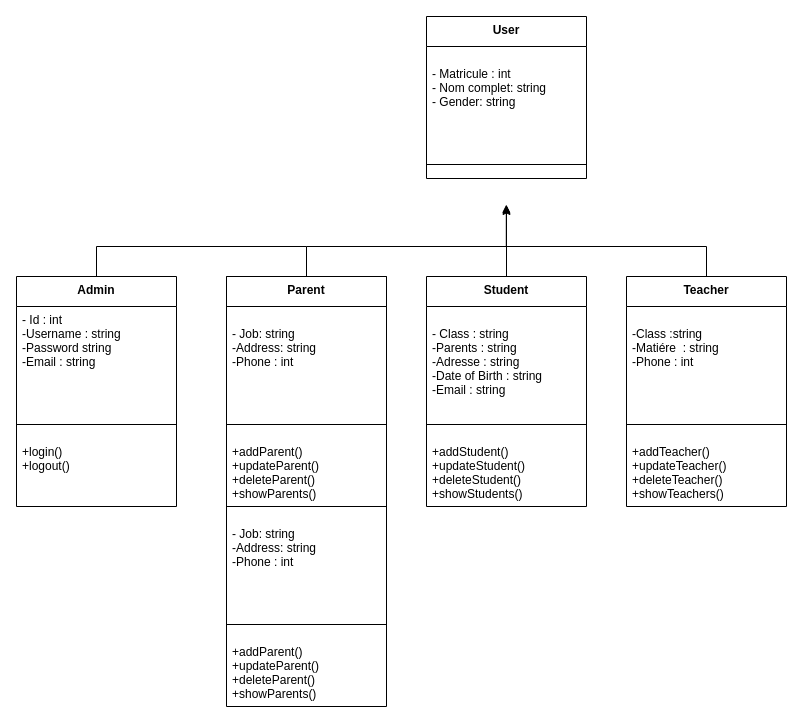
Earlier version of the draw.io diagram Conceptions/UML/ClassDiagram.drawio (JAMALEEY/Application-de-gestion-d-cole-BETA). Source tidied: cells renumbered, new cells numbered last; positions are measured from the earlier drawing's top-left corner, leaving out a move shared by most shapes. Both pictures are drawn from the tidied source at 100%, with x=0, y=0 at pixel (16, 16).
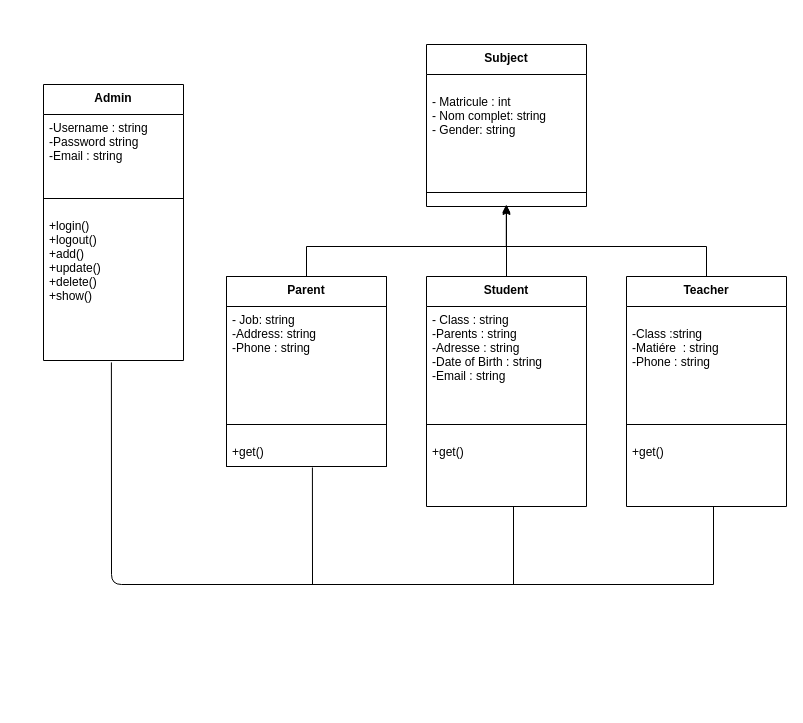
After the change.

Unchanged cells that the change refers to:
```xml
<mxCell id="6" value="Student" style="swimlane;fontStyle=1;align=center;verticalAlign=top;horizontal=1;startSize=30;" parent="1" vertex="1">
  <mxGeometry x="410" y="260" width="160" height="230" as="geometry" />
</mxCell>
<mxCell id="11" value="Teacher" style="swimlane;fontStyle=1;align=center;verticalAlign=top;horizontal=1;startSize=30;" parent="1" vertex="1">
  <mxGeometry x="610" y="260" width="160" height="230" as="geometry" />
</mxCell>
```

What changed in the source:
```diff
@@
-    <mxCell id="2" value="User" style="swimlane;fontStyle=1;align=center;verticalAlign=top;horizontal=1;startSize=30;" parent="1" vertex="1">
-      <mxGeometry x="410" width="160" height="162" as="geometry" />
+    <mxCell id="2" value="Subject" style="swimlane;fontStyle=1;align=center;verticalAlign=top;horizontal=1;startSize=30;" parent="1" vertex="1">
+      <mxGeometry x="410" y="28" width="160" height="162" as="geometry" />
     </mxCell>
@@
-    <mxCell id="7" value="&#10;- Class : string&#10;-Parents : string&#10;-Adresse : string&#10;-Date of Birth : string&#10;-Email : string&#10;" style="text;strokeColor=none;fillColor=none;align=left;verticalAlign=top;spacingLeft=4;spacingRight=4;overflow=hidden;" parent="6" vertex="1">
+    <mxCell id="7" value="- Class : string&#10;-Parents : string&#10;-Adresse : string&#10;-Date of Birth : string&#10;-Email : string&#10;" style="text;strokeColor=none;fillColor=none;align=left;verticalAlign=top;spacingLeft=4;spacingRight=4;overflow=hidden;" parent="6" vertex="1">
       <mxGeometry y="30" width="160" height="104" as="geometry" />
     </mxCell>
@@
-    <mxCell id="9" value="+addStudent()&#10;+updateStudent()&#10;+deleteStudent()&#10;+showStudents()" style="text;strokeColor=none;fillColor=none;align=left;verticalAlign=top;spacingLeft=4;spacingRight=4;overflow=hidden;" parent="6" vertex="1">
+    <mxCell id="9" value="+get()" style="text;strokeColor=none;fillColor=none;align=left;verticalAlign=top;spacingLeft=4;spacingRight=4;overflow=hidden;" parent="6" vertex="1">
       <mxGeometry y="162" width="160" height="68" as="geometry" />
     </mxCell>
@@
-    <mxCell id="12" value="&#10;-Class :string&#10;-Matiére  : string&#10;-Phone : int&#10;&#10;" style="text;strokeColor=none;fillColor=none;align=left;verticalAlign=top;spacingLeft=4;spacingRight=4;overflow=hidden;" parent="11" vertex="1">
+    <mxCell id="12" value="&#10;-Class :string&#10;-Matiére  : string&#10;-Phone : string&#10;&#10;" style="text;strokeColor=none;fillColor=none;align=left;verticalAlign=top;spacingLeft=4;spacingRight=4;overflow=hidden;" parent="11" vertex="1">
       <mxGeometry y="30" width="160" height="104" as="geometry" />
     </mxCell>
@@
-    <mxCell id="14" value="+addTeacher()&#10;+updateTeacher()&#10;+deleteTeacher()&#10;+showTeachers()" style="text;strokeColor=none;fillColor=none;align=left;verticalAlign=top;spacingLeft=4;spacingRight=4;overflow=hidden;" parent="11" vertex="1">
+    <mxCell id="14" value="+get()" style="text;strokeColor=none;fillColor=none;align=left;verticalAlign=top;spacingLeft=4;spacingRight=4;overflow=hidden;" parent="11" vertex="1">
       <mxGeometry y="162" width="160" height="68" as="geometry" />
     </mxCell>
@@
     <mxCell id="16" style="swimlane;fontStyle=1;align=center;verticalAlign=top;horizontal=1;startSize=0;" parent="1" vertex="1">
-      <mxGeometry x="210" y="260" width="160" height="430" as="geometry" />
+      <mxGeometry x="210" y="260" width="160" height="190" as="geometry" />
     </mxCell>
     <mxCell id="17" value="Parent" style="swimlane;fontStyle=1;align=center;verticalAlign=top;horizontal=1;startSize=30;" parent="16" vertex="1">
-      <mxGeometry width="160" height="230" as="geometry" />
+      <mxGeometry width="160" height="190" as="geometry" />
     </mxCell>
-    <mxCell id="18" value="&#10;- Job: string&#10;-Address: string&#10;-Phone : int&#10;" style="text;strokeColor=none;fillColor=none;align=left;verticalAlign=top;spacingLeft=4;spacingRight=4;overflow=hidden;" parent="17" vertex="1">
+    <mxCell id="18" value="- Job: string&#10;-Address: string&#10;-Phone : string&#10;" style="text;strokeColor=none;fillColor=none;align=left;verticalAlign=top;spacingLeft=4;spacingRight=4;overflow=hidden;" parent="17" vertex="1">
       <mxGeometry y="30" width="160" height="104" as="geometry" />
     </mxCell>
@@
-    <mxCell id="20" value="+addParent()&#10;+updateParent()&#10;+deleteParent()&#10;+showParents()" style="text;strokeColor=none;fillColor=none;align=left;verticalAlign=top;spacingLeft=4;spacingRight=4;overflow=hidden;points=[[0,0.5],[1,0.5]];portConstraint=eastwest;" parent="17" vertex="1">
-      <mxGeometry y="162" width="160" height="68" as="geometry" />
+    <mxCell id="20" value="+get()" style="text;strokeColor=none;fillColor=none;align=left;verticalAlign=top;spacingLeft=4;spacingRight=4;overflow=hidden;points=[[0,0.5],[1,0.5]];portConstraint=eastwest;" parent="17" vertex="1">
+      <mxGeometry y="162" width="160" height="28" as="geometry" />
     </mxCell>
-    <mxCell id="21" value="&#10;- Job: string&#10;-Address: string&#10;-Phone : int&#10;" style="text;strokeColor=none;fillColor=none;align=left;verticalAlign=top;spacingLeft=4;spacingRight=4;overflow=hidden;" parent="16" vertex="1">
-      <mxGeometry y="230" width="160" height="104" as="geometry" />
-    </mxCell>
-    <mxCell id="22" style="line;strokeWidth=1;fillColor=none;align=left;verticalAlign=middle;spacingTop=-1;spacingLeft=3;spacingRight=3;labelPosition=right;" parent="16" vertex="1">
-      <mxGeometry y="334" width="160" height="28" as="geometry" />
-    </mxCell>
-    <mxCell id="23" value="+addParent()&#10;+updateParent()&#10;+deleteParent()&#10;+showParents()" style="text;strokeColor=none;fillColor=none;align=left;verticalAlign=top;spacingLeft=4;spacingRight=4;overflow=hidden;" parent="16" vertex="1">
-      <mxGeometry y="362" width="160" height="68" as="geometry" />
-    </mxCell>
-    <mxCell id="24" style="edgeStyle=orthogonalEdgeStyle;rounded=0;jettySize=auto;html=1;exitX=0.5;exitY=0;exitDx=0;exitDy=0;endArrow=none;endFill=0;" parent="1" edge="1" source="25">
-      <mxGeometry relative="1" as="geometry">
-        <mxPoint x="290" y="230" as="targetPoint" />
-        <Array as="points">
-          <mxPoint x="80" y="230" />
-        </Array>
-      </mxGeometry>
-    </mxCell>
     <mxCell id="25" value="Admin" style="swimlane;fontStyle=1;align=center;verticalAlign=top;horizontal=1;startSize=30;" parent="1" vertex="1">
-      <mxGeometry y="260" width="160" height="230" as="geometry" />
+      <mxGeometry x="27" y="68" width="140" height="276" as="geometry" />
     </mxCell>
-    <mxCell id="26" value="- Id : int&#10;-Username : string&#10;-Password string&#10;-Email : string" style="text;strokeColor=none;fillColor=none;align=left;verticalAlign=top;spacingLeft=4;spacingRight=4;overflow=hidden;" parent="25" vertex="1">
-      <mxGeometry y="30" width="160" height="104" as="geometry" />
+    <mxCell id="26" value="-Username : string&#10;-Password string&#10;-Email : string" style="text;strokeColor=none;fillColor=none;align=left;verticalAlign=top;spacingLeft=4;spacingRight=4;overflow=hidden;" parent="25" vertex="1">
+      <mxGeometry y="30" width="140" height="70" as="geometry" />
     </mxCell>
     <mxCell id="27" style="line;strokeWidth=1;fillColor=none;align=left;verticalAlign=middle;spacingTop=-1;spacingLeft=3;spacingRight=3;labelPosition=right;" parent="25" vertex="1">
-      <mxGeometry y="134" width="160" height="28" as="geometry" />
+      <mxGeometry y="100" width="140" height="28" as="geometry" />
     </mxCell>
-    <mxCell id="28" value="+login()&#10;+logout()" style="text;strokeColor=none;fillColor=none;align=left;verticalAlign=top;spacingLeft=4;spacingRight=4;overflow=hidden;points=[[0,0.5],[1,0.5]];portConstraint=eastwest;" parent="25" vertex="1">
-      <mxGeometry y="162" width="160" height="68" as="geometry" />
+    <mxCell id="28" value="+login()&#10;+logout()&#10;+add()&#10;+update()&#10;+delete()&#10;+show()" style="text;strokeColor=none;fillColor=none;align=left;verticalAlign=top;spacingLeft=4;spacingRight=4;overflow=hidden;points=[[0,0.5],[1,0.5]];portConstraint=eastwest;" parent="25" vertex="1">
+      <mxGeometry y="128" width="140" height="148" as="geometry" />
     </mxCell>
+    <mxCell id="29" style="endArrow=none;html=1;exitX=0.485;exitY=1.013;exitDx=0;exitDy=0;exitPerimeter=0;" parent="1" edge="1" source="28">
+      <mxGeometry relative="1" as="geometry">
+        <mxPoint x="697" y="568" as="targetPoint" />
+        <Array as="points">
+          <mxPoint x="95" y="568" />
+        </Array>
+      </mxGeometry>
+    </mxCell>
+    <mxCell id="30" style="endArrow=none;html=1;entryX=0.537;entryY=1.036;entryDx=0;entryDy=0;entryPerimeter=0;" parent="1" edge="1" target="20">
+      <mxGeometry relative="1" as="geometry">
+        <mxPoint x="296" y="568" as="sourcePoint" />
+      </mxGeometry>
+    </mxCell>
+    <mxCell id="31" style="endArrow=none;html=1;entryX=0.537;entryY=1.036;entryDx=0;entryDy=0;entryPerimeter=0;" parent="1" edge="1">
+      <mxGeometry relative="1" as="geometry">
+        <mxPoint x="497" y="568" as="sourcePoint" />
+        <mxPoint x="497" y="490" as="targetPoint" />
+      </mxGeometry>
+    </mxCell>
+    <mxCell id="32" style="endArrow=none;html=1;entryX=0.537;entryY=1.036;entryDx=0;entryDy=0;entryPerimeter=0;" parent="1" edge="1">
+      <mxGeometry relative="1" as="geometry">
+        <mxPoint x="697" y="568" as="sourcePoint" />
+        <mxPoint x="697" y="490" as="targetPoint" />
+      </mxGeometry>
+    </mxCell>
```
